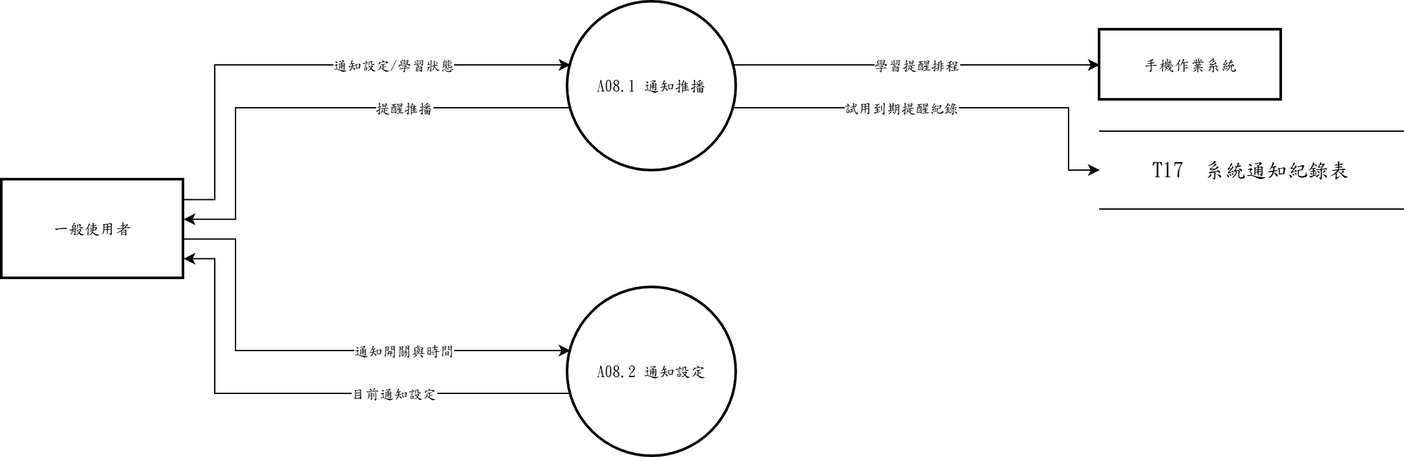
Earlier version of the draw.io export 系統文件/第6章/DFD圖/圖8/新/圖8.drawio.png (s22452007/115502). Source tidied: cells renumbered, new cells last; positions are measured from the earlier drawing's top-left corner, leaving out a move shared by most shapes.
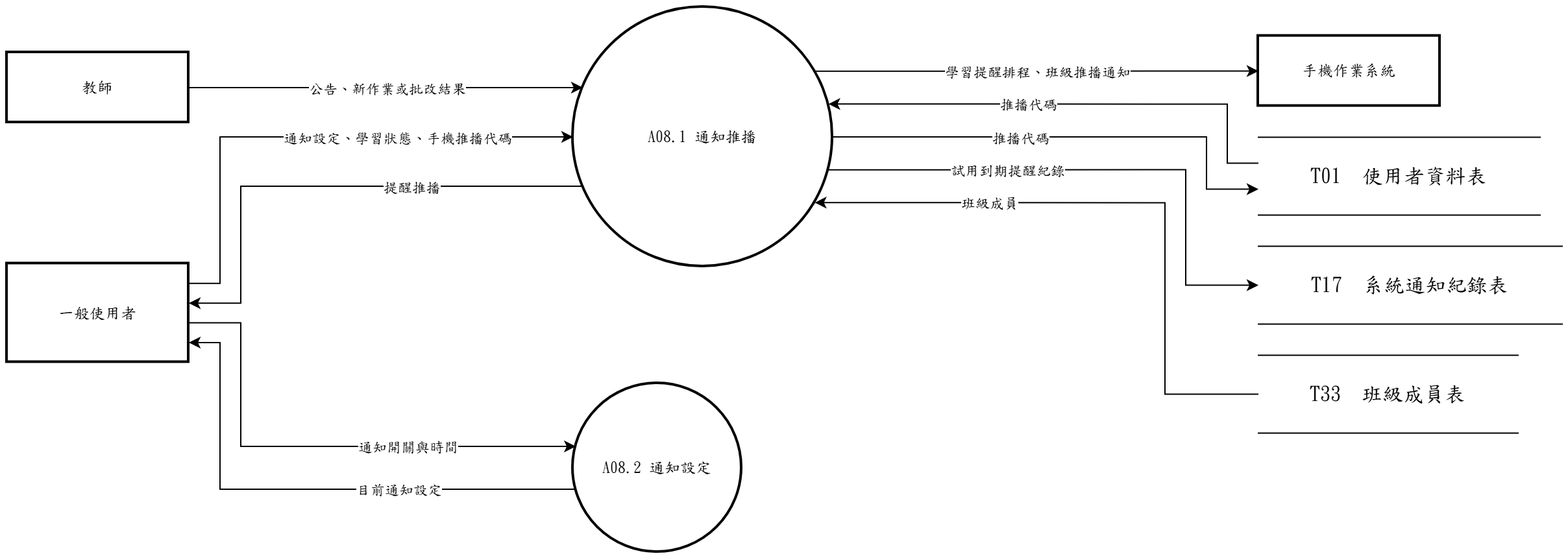
After the commit.

What changed in the source:
```diff
@@ -3,80 +3,128 @@
     <mxCell id="0" />
     <mxCell id="1" parent="0" />
     <mxCell id="2" value="A08.1 通知推播" style="ellipse;strokeWidth=2;whiteSpace=wrap;html=1;fontFamily=標楷體;" parent="1" vertex="1">
-      <mxGeometry x="436" width="130" height="130" as="geometry" />
+      <mxGeometry x="436" y="49" width="200" height="200" as="geometry" />
     </mxCell>
     <mxCell id="3" value="A08.2 通知設定" style="ellipse;strokeWidth=2;whiteSpace=wrap;html=1;fontFamily=標楷體;" parent="1" vertex="1">
-      <mxGeometry x="436" y="220" width="130" height="130" as="geometry" />
+      <mxGeometry x="436" y="339" width="130" height="130" as="geometry" />
     </mxCell>
-    <mxCell id="4" value="一般使用者" style="whiteSpace=wrap;strokeWidth=2;html=1;fontFamily=標楷體;" parent="1" vertex="1">
-      <mxGeometry y="137" width="140" height="76" as="geometry" />
+    <mxCell id="4" value="教師" style="whiteSpace=wrap;strokeWidth=2;html=1;fontFamily=標楷體;" parent="1" vertex="1">
+      <mxGeometry y="84" width="140" height="54" as="geometry" />
     </mxCell>
-    <mxCell id="5" value="手機作業系統" style="whiteSpace=wrap;strokeWidth=2;html=1;fontFamily=標楷體;" parent="1" vertex="1">
-      <mxGeometry x="846" y="21.5" width="140" height="54" as="geometry" />
+    <mxCell id="5" value="一般使用者" style="whiteSpace=wrap;strokeWidth=2;html=1;fontFamily=標楷體;" parent="1" vertex="1">
+      <mxGeometry y="246.7" width="140" height="76" as="geometry" />
     </mxCell>
-    <mxCell id="6" value="T17  系統通知紀錄表" style="shape=partialRectangle;whiteSpace=wrap;html=1;left=0;right=0;fontFamily=標楷體;fontSize=16;" parent="1" vertex="1">
-      <mxGeometry x="846" y="99.5" width="234" height="60" as="geometry" />
+    <mxCell id="6" value="手機作業系統" style="whiteSpace=wrap;strokeWidth=2;html=1;fontFamily=標楷體;" parent="1" vertex="1">
+      <mxGeometry x="964" y="71.3" width="140" height="54" as="geometry" />
     </mxCell>
-    <mxCell id="7" style="edgeStyle=none;rounded=0;html=1;fontFamily=標楷體;endArrow=classic;exitX=1.0000;exitY=0.2000;exitDx=0;exitDy=0;exitPerimeter=0;entryX=0.0163;entryY=0.3733;entryDx=0;entryDy=0;entryPerimeter=0;" parent="1" edge="1" source="4" target="2">
-      <mxGeometry relative="1" as="geometry">
-        <Array as="points">
-          <mxPoint x="164" y="152.2" />
-          <mxPoint x="164" y="48.5" />
-        </Array>
-      </mxGeometry>
+    <mxCell id="7" value="T01  使用者資料表" style="shape=partialRectangle;whiteSpace=wrap;html=1;left=0;right=0;fontFamily=標楷體;fontSize=16;" parent="1" vertex="1">
+      <mxGeometry x="964" y="149.3" width="217" height="60" as="geometry" />
     </mxCell>
-    <mxCell id="8" value="通知設定/學習狀態" style="edgeLabel;html=1;align=center;verticalAlign=middle;points=[];fontFamily=標楷體;" parent="7" vertex="1">
-      <mxGeometry x="0.32" relative="1" as="geometry" />
+    <mxCell id="8" value="T17  系統通知紀錄表" style="shape=partialRectangle;whiteSpace=wrap;html=1;left=0;right=0;fontFamily=標楷體;fontSize=16;" parent="1" vertex="1">
+      <mxGeometry x="964" y="233.3" width="234" height="60" as="geometry" />
     </mxCell>
-    <mxCell id="9" style="edgeStyle=none;rounded=0;html=1;fontFamily=標楷體;endArrow=classic;exitX=0.0163;exitY=0.6267;exitDx=0;exitDy=0;exitPerimeter=0;entryX=1.0000;entryY=0.4000;entryDx=0;entryDy=0;entryPerimeter=0;" parent="1" edge="1" source="2" target="4">
-      <mxGeometry relative="1" as="geometry">
-        <Array as="points">
-          <mxPoint x="180" y="81.5" />
-          <mxPoint x="180" y="167.4" />
-        </Array>
-      </mxGeometry>
+    <mxCell id="9" value="T33  班級成員表" style="shape=partialRectangle;whiteSpace=wrap;html=1;left=0;right=0;fontFamily=標楷體;fontSize=16;" parent="1" vertex="1">
+      <mxGeometry x="964" y="317.3" width="200" height="60" as="geometry" />
     </mxCell>
-    <mxCell id="10" value="提醒推播" style="edgeLabel;html=1;align=center;verticalAlign=middle;fontFamily=標楷體;" parent="9" vertex="1">
-      <mxGeometry x="-0.33" relative="1" as="geometry" />
+    <mxCell id="10" style="edgeStyle=none;rounded=0;html=1;fontFamily=標楷體;endArrow=classic;exitX=1.0000;exitY=0.2000;exitDx=0;exitDy=0;exitPerimeter=0;entryX=0.0000;entryY=0.5000;entryDx=0;entryDy=0;entryPerimeter=0;" parent="1" edge="1" source="5" target="2">
+      <mxGeometry relative="1" as="geometry">
+        <Array as="points">
+          <mxPoint x="164" y="261.9" />
+          <mxPoint x="164" y="149" />
+        </Array>
+      </mxGeometry>
     </mxCell>
-    <mxCell id="11" style="edgeStyle=none;rounded=0;html=1;fontFamily=標楷體;endArrow=classic;exitX=0.9837;exitY=0.3733;exitDx=0;exitDy=0;exitPerimeter=0;entryX=0.0000;entryY=0.5000;entryDx=0;entryDy=0;entryPerimeter=0;" parent="1" edge="1" source="2" target="5">
-      <mxGeometry relative="1" as="geometry" />
+    <mxCell id="11" value="通知設定、學習狀態、手機推播代碼" style="edgeLabel;html=1;align=center;verticalAlign=middle;fontFamily=標楷體;" parent="10" vertex="1">
+      <mxGeometry x="0.34" relative="1" as="geometry" />
     </mxCell>
-    <mxCell id="12" value="學習提醒排程" style="edgeLabel;html=1;align=center;verticalAlign=middle;fontFamily=標楷體;" parent="11" vertex="1">
+    <mxCell id="12" style="edgeStyle=none;rounded=0;html=1;fontFamily=標楷體;endArrow=classic;exitX=1.0000;exitY=0.5000;exitDx=0;exitDy=0;exitPerimeter=0;entryX=0.0375;entryY=0.3100;entryDx=0;entryDy=0;entryPerimeter=0;" parent="1" edge="1" source="4" target="2">
       <mxGeometry relative="1" as="geometry" />
     </mxCell>
-    <mxCell id="13" style="edgeStyle=none;rounded=0;html=1;fontFamily=標楷體;endArrow=classic;exitX=0.9837;exitY=0.6267;exitDx=0;exitDy=0;exitPerimeter=0;entryX=0.0000;entryY=0.5000;entryDx=0;entryDy=0;entryPerimeter=0;" parent="1" edge="1" source="2" target="6">
-      <mxGeometry relative="1" as="geometry">
-        <Array as="points">
-          <mxPoint x="822" y="81.5" />
-          <mxPoint x="822" y="129.5" />
-        </Array>
-      </mxGeometry>
+    <mxCell id="13" value="公告、新作業或批改結果" style="edgeLabel;html=1;align=center;verticalAlign=middle;fontFamily=標楷體;" parent="12" vertex="1">
+      <mxGeometry relative="1" as="geometry" />
     </mxCell>
-    <mxCell id="14" value="試用到期提醒紀錄" style="edgeLabel;html=1;align=center;verticalAlign=middle;fontFamily=標楷體;" parent="13" vertex="1">
-      <mxGeometry x="-0.22" relative="1" as="geometry" />
+    <mxCell id="14" style="edgeStyle=none;rounded=0;html=1;fontFamily=標楷體;endArrow=classic;exitX=0.0000;exitY=0.3333;exitDx=0;exitDy=0;exitPerimeter=0;entryX=0.9837;entryY=0.3733;entryDx=0;entryDy=0;entryPerimeter=0;" parent="1" edge="1" source="7" target="2">
+      <mxGeometry relative="1" as="geometry">
+        <Array as="points">
+          <mxPoint x="940" y="169.3" />
+          <mxPoint x="940" y="123.7" />
+        </Array>
+      </mxGeometry>
     </mxCell>
-    <mxCell id="15" style="edgeStyle=none;rounded=0;html=1;fontFamily=標楷體;endArrow=classic;exitX=1.0000;exitY=0.6000;exitDx=0;exitDy=0;exitPerimeter=0;entryX=0.0163;entryY=0.3733;entryDx=0;entryDy=0;entryPerimeter=0;" parent="1" edge="1" source="4" target="3">
-      <mxGeometry relative="1" as="geometry">
-        <Array as="points">
-          <mxPoint x="180" y="182.6" />
-          <mxPoint x="180" y="268.5" />
-        </Array>
-      </mxGeometry>
+    <mxCell id="15" value="推播代碼" style="edgeLabel;html=1;align=center;verticalAlign=middle;fontFamily=標楷體;" parent="14" vertex="1">
+      <mxGeometry x="0.18" relative="1" as="geometry" />
     </mxCell>
-    <mxCell id="16" value="通知開關與時間" style="edgeLabel;html=1;align=center;verticalAlign=middle;fontFamily=標楷體;" parent="15" vertex="1">
-      <mxGeometry x="0.33" relative="1" as="geometry" />
+    <mxCell id="16" style="edgeStyle=none;rounded=0;html=1;fontFamily=標楷體;endArrow=classic;exitX=0.0000;exitY=0.5000;exitDx=0;exitDy=0;exitPerimeter=0;entryX=0.9311;entryY=0.7533;entryDx=0;entryDy=0;entryPerimeter=0;" parent="1" edge="1" source="9" target="2">
+      <mxGeometry relative="1" as="geometry">
+        <Array as="points">
+          <mxPoint x="892" y="347.3" />
+          <mxPoint x="892" y="199.7" />
+        </Array>
+      </mxGeometry>
     </mxCell>
-    <mxCell id="17" style="edgeStyle=none;rounded=0;html=1;fontFamily=標楷體;endArrow=classic;exitX=0.0163;exitY=0.6267;exitDx=0;exitDy=0;exitPerimeter=0;entryX=1.0000;entryY=0.8000;entryDx=0;entryDy=0;entryPerimeter=0;" parent="1" edge="1" source="3" target="4">
-      <mxGeometry relative="1" as="geometry">
-        <Array as="points">
-          <mxPoint x="164" y="301.5" />
-          <mxPoint x="164" y="197.8" />
-        </Array>
-      </mxGeometry>
+    <mxCell id="17" value="班級成員" style="edgeLabel;html=1;align=center;verticalAlign=middle;fontFamily=標楷體;" parent="16" vertex="1">
+      <mxGeometry x="0.45" relative="1" as="geometry" />
     </mxCell>
-    <mxCell id="18" value="目前通知設定" style="edgeLabel;html=1;align=center;verticalAlign=middle;fontFamily=標楷體;" parent="17" vertex="1">
-      <mxGeometry x="-0.32" relative="1" as="geometry" />
+    <mxCell id="18" style="edgeStyle=none;rounded=0;html=1;fontFamily=標楷體;endArrow=classic;exitX=0.0375;exitY=0.6900;exitDx=0;exitDy=0;exitPerimeter=0;entryX=1.0000;entryY=0.4000;entryDx=0;entryDy=0;entryPerimeter=0;" parent="1" edge="1" source="2" target="5">
+      <mxGeometry relative="1" as="geometry">
+        <Array as="points">
+          <mxPoint x="180" y="187" />
+          <mxPoint x="180" y="277.1" />
+        </Array>
+      </mxGeometry>
     </mxCell>
+    <mxCell id="19" value="提醒推播" style="edgeLabel;html=1;align=center;verticalAlign=middle;fontFamily=標楷體;" parent="18" vertex="1">
+      <mxGeometry x="-0.33" relative="1" as="geometry" />
+    </mxCell>
+    <mxCell id="20" style="edgeStyle=none;rounded=0;html=1;fontFamily=標楷體;endArrow=classic;exitX=0.9311;exitY=0.2467;exitDx=0;exitDy=0;exitPerimeter=0;entryX=0.0000;entryY=0.5000;entryDx=0;entryDy=0;entryPerimeter=0;" parent="1" edge="1" source="2" target="6">
+      <mxGeometry relative="1" as="geometry" />
+    </mxCell>
+    <mxCell id="21" value="學習提醒排程、班級推播通知" style="edgeLabel;html=1;align=center;verticalAlign=middle;fontFamily=標楷體;" parent="20" vertex="1">
+      <mxGeometry relative="1" as="geometry" />
+    </mxCell>
+    <mxCell id="22" style="edgeStyle=none;rounded=0;html=1;fontFamily=標楷體;endArrow=classic;exitX=0.9837;exitY=0.6267;exitDx=0;exitDy=0;exitPerimeter=0;entryX=0.0000;entryY=0.5000;entryDx=0;entryDy=0;entryPerimeter=0;" parent="1" edge="1" source="2" target="8">
+      <mxGeometry relative="1" as="geometry">
+        <Array as="points">
+          <mxPoint x="908" y="174.3" />
+          <mxPoint x="908" y="263.3" />
+        </Array>
+      </mxGeometry>
+    </mxCell>
+    <mxCell id="23" value="試用到期提醒紀錄" style="edgeLabel;html=1;align=center;verticalAlign=middle;fontFamily=標楷體;" parent="22" vertex="1">
+      <mxGeometry x="-0.34" relative="1" as="geometry" />
+    </mxCell>
+    <mxCell id="24" style="edgeStyle=none;rounded=0;html=1;fontFamily=標楷體;endArrow=classic;exitX=1.0000;exitY=0.5000;exitDx=0;exitDy=0;exitPerimeter=0;entryX=0.0000;entryY=0.6667;entryDx=0;entryDy=0;entryPerimeter=0;" parent="1" edge="1" source="2" target="7">
+      <mxGeometry relative="1" as="geometry">
+        <Array as="points">
+          <mxPoint x="924" y="149" />
+          <mxPoint x="924" y="189.3" />
+        </Array>
+      </mxGeometry>
+    </mxCell>
+    <mxCell id="25" value="推播代碼" style="edgeLabel;html=1;align=center;verticalAlign=middle;fontFamily=標楷體;" parent="24" vertex="1">
+      <mxGeometry x="-0.22" relative="1" as="geometry" />
+    </mxCell>
+    <mxCell id="26" style="edgeStyle=none;rounded=0;html=1;fontFamily=標楷體;endArrow=classic;exitX=1.0000;exitY=0.6000;exitDx=0;exitDy=0;exitPerimeter=0;entryX=0.0163;entryY=0.3733;entryDx=0;entryDy=0;entryPerimeter=0;" parent="1" edge="1" source="5" target="3">
+      <mxGeometry relative="1" as="geometry">
+        <Array as="points">
+          <mxPoint x="180" y="292.3" />
+          <mxPoint x="180" y="387.5" />
+        </Array>
+      </mxGeometry>
+    </mxCell>
+    <mxCell id="27" value="通知開關與時間" style="edgeLabel;html=1;align=center;verticalAlign=middle;fontFamily=標楷體;" parent="26" vertex="1">
+      <mxGeometry x="0.34" relative="1" as="geometry" />
+    </mxCell>
+    <mxCell id="28" style="edgeStyle=none;rounded=0;html=1;fontFamily=標楷體;endArrow=classic;exitX=0.0163;exitY=0.6267;exitDx=0;exitDy=0;exitPerimeter=0;entryX=1.0000;entryY=0.8000;entryDx=0;entryDy=0;entryPerimeter=0;" parent="1" edge="1" source="3" target="5">
+      <mxGeometry relative="1" as="geometry">
+        <Array as="points">
+          <mxPoint x="164" y="420.5" />
+          <mxPoint x="164" y="307.5" />
+        </Array>
+      </mxGeometry>
+    </mxCell>
+    <mxCell id="29" value="目前通知設定" style="edgeLabel;html=1;align=center;verticalAlign=middle;fontFamily=標楷體;" parent="28" vertex="1">
+      <mxGeometry x="-0.33" relative="1" as="geometry" />
+    </mxCell>
   </root>
 </mxGraphModel>
```
